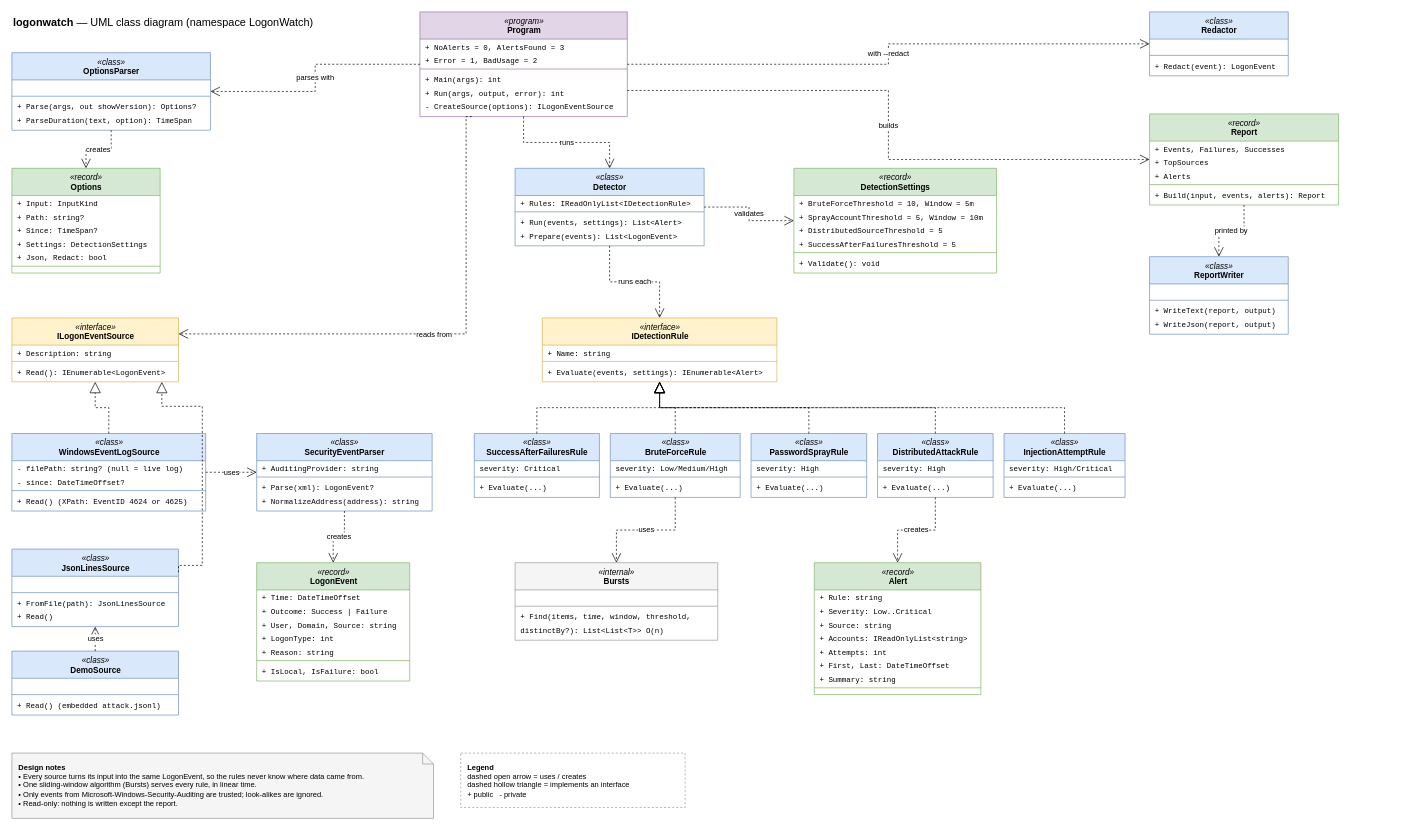
The draw.io diagram docs/logonwatch-uml.drawio in AoceanP/logonwatch, before the edit. Source tidied: cells renumbered, new cells numbered last; positions are measured from the earlier drawing's top-left corner, leaving out a move shared by most shapes. Both pictures are drawn from the tidied source at 68%, with x=0, y=0 at pixel (12, 12).
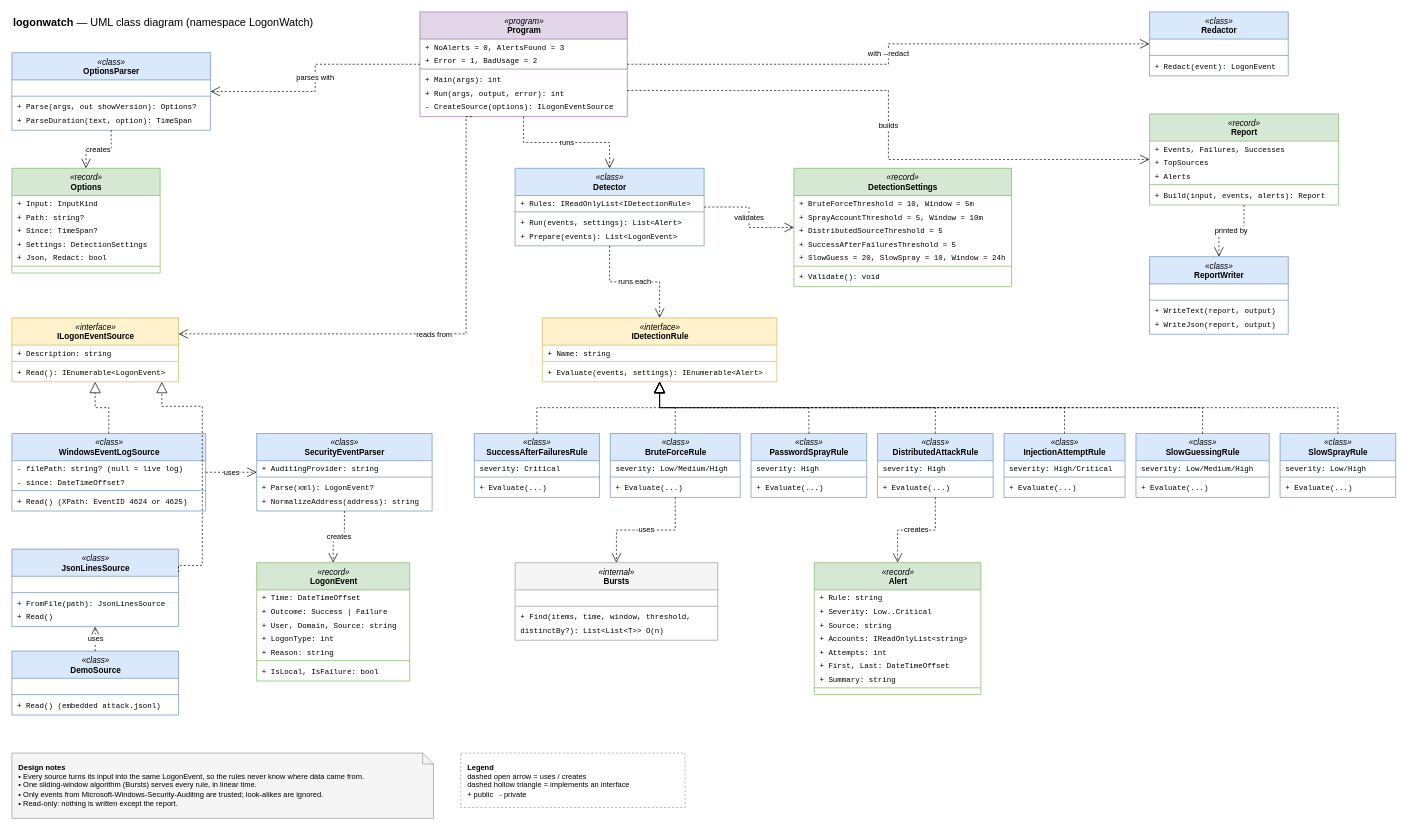
The same page after the edit.

The change refers to these unchanged cells:
```xml
<mxCell id="65" value="&lt;i&gt;&amp;laquo;interface&amp;raquo;&lt;/i&gt;&lt;br&gt;&lt;b&gt;IDetectionRule&lt;/b&gt;" style="swimlane;fontStyle=0;align=center;verticalAlign=top;horizontal=1;startSize=40;html=1;fillColor=#fff2cc;strokeColor=#d6b656;swimlaneFillColor=#ffffff;" parent="1" vertex="1">
  <mxGeometry x="780" y="450" width="345" height="94" as="geometry" />
</mxCell>
```

The edit, as a diff of the source:
```diff
@@
     <mxCell id="58" value="&lt;i&gt;&amp;laquo;record&amp;raquo;&lt;/i&gt;&lt;br&gt;&lt;b&gt;DetectionSettings&lt;/b&gt;" style="swimlane;fontStyle=0;align=center;verticalAlign=top;horizontal=1;startSize=40;html=1;fillColor=#d5e8d4;strokeColor=#82b366;swimlaneFillColor=#ffffff;" parent="1" vertex="1">
-      <mxGeometry x="1150" y="230" width="298" height="154" as="geometry" />
+      <mxGeometry x="1150" y="230" width="320" height="174" as="geometry" />
     </mxCell>
     <mxCell id="59" value="+ BruteForceThreshold = 10, Window = 5m" style="text;strokeColor=none;fillColor=none;align=left;verticalAlign=top;spacingLeft=6;spacingRight=4;overflow=hidden;html=1;fontFamily=Courier New;fontSize=11;" parent="58" vertex="1">
-      <mxGeometry y="40" width="298" height="20" as="geometry" />
+      <mxGeometry y="40" width="320" height="20" as="geometry" />
     </mxCell>
     <mxCell id="60" value="+ SprayAccountThreshold = 5, Window = 10m" style="text;strokeColor=none;fillColor=none;align=left;verticalAlign=top;spacingLeft=6;spacingRight=4;overflow=hidden;html=1;fontFamily=Courier New;fontSize=11;" parent="58" vertex="1">
-      <mxGeometry y="60" width="298" height="20" as="geometry" />
+      <mxGeometry y="60" width="320" height="20" as="geometry" />
     </mxCell>
     <mxCell id="61" value="+ DistributedSourceThreshold = 5" style="text;strokeColor=none;fillColor=none;align=left;verticalAlign=top;spacingLeft=6;spacingRight=4;overflow=hidden;html=1;fontFamily=Courier New;fontSize=11;" parent="58" vertex="1">
-      <mxGeometry y="80" width="298" height="20" as="geometry" />
+      <mxGeometry y="80" width="320" height="20" as="geometry" />
     </mxCell>
     <mxCell id="62" value="+ SuccessAfterFailuresThreshold = 5" style="text;strokeColor=none;fillColor=none;align=left;verticalAlign=top;spacingLeft=6;spacingRight=4;overflow=hidden;html=1;fontFamily=Courier New;fontSize=11;" parent="58" vertex="1">
-      <mxGeometry y="100" width="298" height="20" as="geometry" />
+      <mxGeometry y="100" width="320" height="20" as="geometry" />
     </mxCell>
+    <mxCell id="141" value="+ SlowGuess = 20, SlowSpray = 10, Window = 24h" style="text;strokeColor=none;fillColor=none;align=left;verticalAlign=top;spacingLeft=6;spacingRight=4;overflow=hidden;html=1;fontFamily=Courier New;fontSize=11;" parent="58" vertex="1">
+      <mxGeometry y="120" width="320" height="20" as="geometry" />
+    </mxCell>
     <mxCell id="63" style="line;strokeWidth=1;fillColor=none;align=left;verticalAlign=middle;spacingTop=-1;spacingLeft=3;spacingRight=3;labelPosition=right;strokeColor=inherit;" parent="58" vertex="1">
-      <mxGeometry y="120" width="298" height="8" as="geometry" />
+      <mxGeometry y="140" width="320" height="8" as="geometry" />
     </mxCell>
     <mxCell id="64" value="+ Validate(): void" style="text;strokeColor=none;fillColor=none;align=left;verticalAlign=top;spacingLeft=6;spacingRight=4;overflow=hidden;html=1;fontFamily=Courier New;fontSize=11;" parent="58" vertex="1">
-      <mxGeometry y="128" width="298" height="20" as="geometry" />
+      <mxGeometry y="148" width="320" height="20" as="geometry" />
     </mxCell>
@@
+    <mxCell id="142" value="&lt;i&gt;&amp;laquo;class&amp;raquo;&lt;/i&gt;&lt;br&gt;&lt;b&gt;SlowGuessingRule&lt;/b&gt;" style="swimlane;fontStyle=0;align=center;verticalAlign=top;horizontal=1;startSize=40;html=1;fillColor=#dae8fc;strokeColor=#6c8ebf;swimlaneFillColor=#ffffff;" parent="1" vertex="1">
+      <mxGeometry x="1653" y="620" width="196" height="94" as="geometry" />
+    </mxCell>
+    <mxCell id="143" value="severity: Low/Medium/High" style="text;strokeColor=none;fillColor=none;align=left;verticalAlign=top;spacingLeft=6;spacingRight=4;overflow=hidden;html=1;fontFamily=Courier New;fontSize=11;" parent="142" vertex="1">
+      <mxGeometry y="40" width="196" height="20" as="geometry" />
+    </mxCell>
+    <mxCell id="144" style="line;strokeWidth=1;fillColor=none;align=left;verticalAlign=middle;spacingTop=-1;spacingLeft=3;spacingRight=3;labelPosition=right;strokeColor=inherit;" parent="142" vertex="1">
+      <mxGeometry y="60" width="196" height="8" as="geometry" />
+    </mxCell>
+    <mxCell id="145" value="+ Evaluate(...)" style="text;strokeColor=none;fillColor=none;align=left;verticalAlign=top;spacingLeft=6;spacingRight=4;overflow=hidden;html=1;fontFamily=Courier New;fontSize=11;" parent="142" vertex="1">
+      <mxGeometry y="68" width="196" height="20" as="geometry" />
+    </mxCell>
+    <mxCell id="146" value="&lt;i&gt;&amp;laquo;class&amp;raquo;&lt;/i&gt;&lt;br&gt;&lt;b&gt;SlowSprayRule&lt;/b&gt;" style="swimlane;fontStyle=0;align=center;verticalAlign=top;horizontal=1;startSize=40;html=1;fillColor=#dae8fc;strokeColor=#6c8ebf;swimlaneFillColor=#ffffff;" parent="1" vertex="1">
+      <mxGeometry x="1865" y="620" width="170" height="94" as="geometry" />
+    </mxCell>
+    <mxCell id="147" value="severity: Low/High" style="text;strokeColor=none;fillColor=none;align=left;verticalAlign=top;spacingLeft=6;spacingRight=4;overflow=hidden;html=1;fontFamily=Courier New;fontSize=11;" parent="146" vertex="1">
+      <mxGeometry y="40" width="170" height="20" as="geometry" />
+    </mxCell>
+    <mxCell id="148" style="line;strokeWidth=1;fillColor=none;align=left;verticalAlign=middle;spacingTop=-1;spacingLeft=3;spacingRight=3;labelPosition=right;strokeColor=inherit;" parent="146" vertex="1">
+      <mxGeometry y="60" width="170" height="8" as="geometry" />
+    </mxCell>
+    <mxCell id="149" value="+ Evaluate(...)" style="text;strokeColor=none;fillColor=none;align=left;verticalAlign=top;spacingLeft=6;spacingRight=4;overflow=hidden;html=1;fontFamily=Courier New;fontSize=11;" parent="146" vertex="1">
+      <mxGeometry y="68" width="170" height="20" as="geometry" />
+    </mxCell>
+    <mxCell id="150" style="endArrow=block;endFill=0;endSize=14;dashed=1;html=1;rounded=0;edgeStyle=orthogonalEdgeStyle;exitX=0.5;exitY=0;entryX=0.5;entryY=1;" parent="1" edge="1" source="142" target="65">
+      <mxGeometry relative="1" as="geometry" />
+    </mxCell>
+    <mxCell id="151" style="endArrow=block;endFill=0;endSize=14;dashed=1;html=1;rounded=0;edgeStyle=orthogonalEdgeStyle;exitX=0.5;exitY=0;entryX=0.5;entryY=1;" parent="1" edge="1" source="146" target="65">
+      <mxGeometry relative="1" as="geometry" />
+    </mxCell>
```
